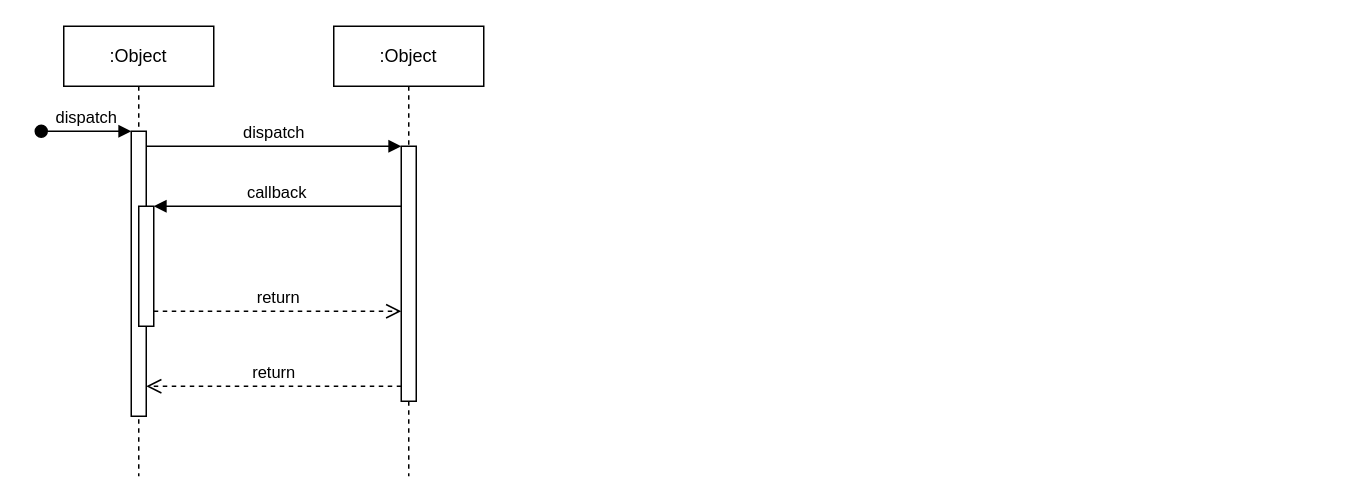
The draw.io diagram SequenceDiagram.drawio in hattabith/VacuumMeasurementSystem, before the edit. Source tidied: cells renumbered, new cells numbered last; positions are measured from the earlier drawing's top-left corner, leaving out a move shared by most shapes. Both pictures are drawn from the tidied source at 150%, with x=0, y=0 at pixel (40, 26).
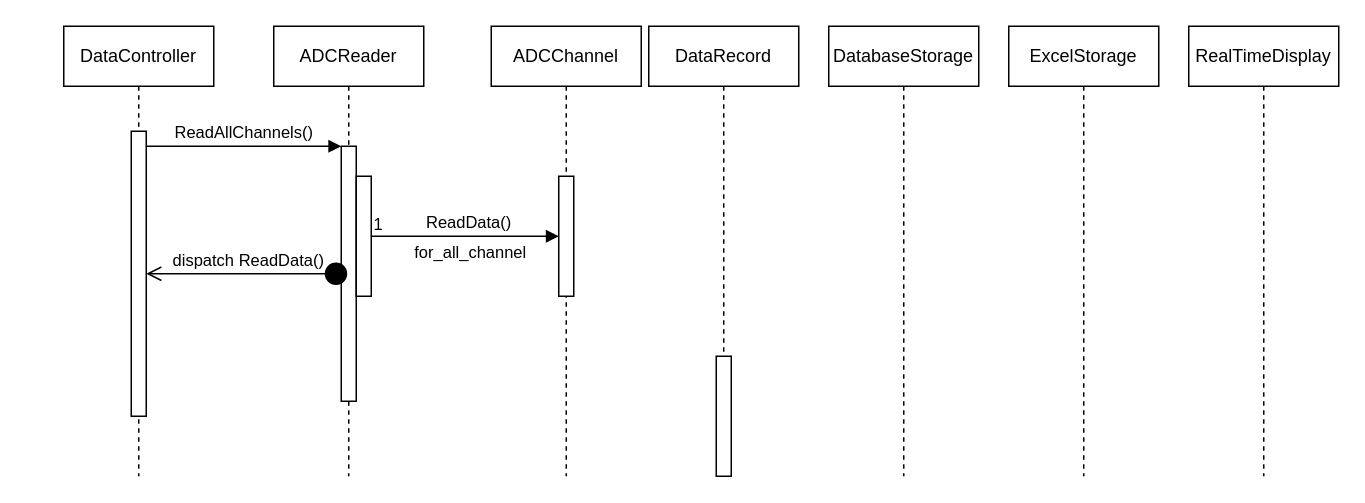
Above is the later version.

Unchanged cells that the change refers to:
```xml
<mxCell id="3" style="html=1;points=[];perimeter=orthogonalPerimeter;outlineConnect=0;targetShapes=umlLifeline;portConstraint=eastwest;newEdgeStyle={&quot;edgeStyle&quot;:&quot;elbowEdgeStyle&quot;,&quot;elbow&quot;:&quot;vertical&quot;,&quot;curved&quot;:0,&quot;rounded&quot;:0};" parent="2" vertex="1">
  <mxGeometry x="45" y="70" width="10" height="190" as="geometry" />
</mxCell>
<mxCell id="7" style="html=1;points=[];perimeter=orthogonalPerimeter;outlineConnect=0;targetShapes=umlLifeline;portConstraint=eastwest;newEdgeStyle={&quot;edgeStyle&quot;:&quot;elbowEdgeStyle&quot;,&quot;elbow&quot;:&quot;vertical&quot;,&quot;curved&quot;:0,&quot;rounded&quot;:0};" parent="6" vertex="1">
  <mxGeometry x="45" y="80" width="10" height="170" as="geometry" />
</mxCell>
```

The edit, as a diff of the source:
```diff
@@
-    <mxCell id="2" value=":Object" style="shape=umlLifeline;perimeter=lifelinePerimeter;whiteSpace=wrap;html=1;newEdgeStyle={&quot;edgeStyle&quot;:&quot;elbowEdgeStyle&quot;,&quot;elbow&quot;:&quot;vertical&quot;,&quot;curved&quot;:0,&quot;rounded&quot;:0};" parent="1" vertex="1">
+    <mxCell id="2" value="DataController" style="shape=umlLifeline;perimeter=lifelinePerimeter;whiteSpace=wrap;html=1;newEdgeStyle={&quot;edgeStyle&quot;:&quot;elbowEdgeStyle&quot;,&quot;elbow&quot;:&quot;vertical&quot;,&quot;curved&quot;:0,&quot;rounded&quot;:0};" parent="1" vertex="1">
       <mxGeometry x="15" width="100" height="300" as="geometry" />
     </mxCell>
@@
-    <mxCell id="4" value="dispatch" style="html=1;verticalAlign=bottom;startArrow=oval;endArrow=block;startSize=8;edgeStyle=elbowEdgeStyle;elbow=vertical;curved=0;rounded=0;" parent="2" edge="1" target="3">
-      <mxGeometry relative="1" as="geometry">
-        <mxPoint x="-15" y="70" as="sourcePoint" />
-      </mxGeometry>
-    </mxCell>
-    <mxCell id="5" style="html=1;points=[];perimeter=orthogonalPerimeter;outlineConnect=0;targetShapes=umlLifeline;portConstraint=eastwest;newEdgeStyle={&quot;edgeStyle&quot;:&quot;elbowEdgeStyle&quot;,&quot;elbow&quot;:&quot;vertical&quot;,&quot;curved&quot;:0,&quot;rounded&quot;:0};" parent="2" vertex="1">
-      <mxGeometry x="50" y="120" width="10" height="80" as="geometry" />
-    </mxCell>
-    <mxCell id="6" value=":Object" style="shape=umlLifeline;perimeter=lifelinePerimeter;whiteSpace=wrap;html=1;outlineConnect=0;portConstraint=eastwest;newEdgeStyle={&quot;edgeStyle&quot;:&quot;elbowEdgeStyle&quot;,&quot;elbow&quot;:&quot;vertical&quot;,&quot;curved&quot;:0,&quot;rounded&quot;:0};" parent="1" vertex="1">
-      <mxGeometry x="195" width="100" height="300" as="geometry" />
+    <mxCell id="6" value="ADCReader" style="shape=umlLifeline;perimeter=lifelinePerimeter;whiteSpace=wrap;html=1;outlineConnect=0;portConstraint=eastwest;newEdgeStyle={&quot;edgeStyle&quot;:&quot;elbowEdgeStyle&quot;,&quot;elbow&quot;:&quot;vertical&quot;,&quot;curved&quot;:0,&quot;rounded&quot;:0};" parent="1" vertex="1">
+      <mxGeometry x="155" width="100" height="300" as="geometry" />
     </mxCell>
@@
+    <mxCell id="12" style="html=1;points=[];perimeter=orthogonalPerimeter;outlineConnect=0;targetShapes=umlLifeline;portConstraint=eastwest;newEdgeStyle={&quot;edgeStyle&quot;:&quot;elbowEdgeStyle&quot;,&quot;elbow&quot;:&quot;vertical&quot;,&quot;curved&quot;:0,&quot;rounded&quot;:0};" parent="6" vertex="1">
+      <mxGeometry x="55" y="100" width="10" height="80" as="geometry" />
+    </mxCell>
-    <mxCell id="8" value="dispatch" style="html=1;verticalAlign=bottom;endArrow=block;edgeStyle=elbowEdgeStyle;elbow=vertical;curved=0;rounded=0;" parent="1" edge="1" source="3" target="7">
+    <mxCell id="8" value="ReadAllChannels()" style="html=1;verticalAlign=bottom;endArrow=block;edgeStyle=elbowEdgeStyle;elbow=vertical;curved=0;rounded=0;" parent="1" edge="1" source="3" target="7">
       <mxGeometry relative="1" as="geometry">
         <Array as="points">
           <mxPoint x="155" y="80" />
         </Array>
       </mxGeometry>
     </mxCell>
-    <mxCell id="9" value="return" style="html=1;verticalAlign=bottom;endArrow=open;dashed=1;endSize=8;edgeStyle=elbowEdgeStyle;elbow=vertical;curved=0;rounded=0;" parent="1" edge="1" source="7" target="3">
-      <mxGeometry relative="1" as="geometry">
-        <Array as="points">
-          <mxPoint x="165" y="240" />
-        </Array>
-      </mxGeometry>
-    </mxCell>
-    <mxCell id="10" value="callback" style="html=1;verticalAlign=bottom;endArrow=block;edgeStyle=elbowEdgeStyle;elbow=vertical;curved=0;rounded=0;" parent="1" edge="1" source="7" target="5">
-      <mxGeometry relative="1" as="geometry">
-        <Array as="points">
-          <mxPoint x="165" y="120" />
-        </Array>
-      </mxGeometry>
-    </mxCell>
-    <mxCell id="11" value="return" style="html=1;verticalAlign=bottom;endArrow=open;dashed=1;endSize=8;edgeStyle=elbowEdgeStyle;elbow=vertical;curved=0;rounded=0;" parent="1" edge="1" source="5" target="7">
-      <mxGeometry relative="1" as="geometry">
-        <Array as="points">
-          <mxPoint x="155" y="190" />
-        </Array>
-      </mxGeometry>
-    </mxCell>
+    <mxCell id="13" value="DataRecord" style="shape=umlLifeline;perimeter=lifelinePerimeter;whiteSpace=wrap;html=1;newEdgeStyle={&quot;edgeStyle&quot;:&quot;elbowEdgeStyle&quot;,&quot;elbow&quot;:&quot;vertical&quot;,&quot;curved&quot;:0,&quot;rounded&quot;:0};" parent="1" vertex="1">
+      <mxGeometry x="405" width="100" height="300" as="geometry" />
+    </mxCell>
+    <mxCell id="14" style="html=1;perimeter=orthogonalPerimeter;targetShapes=umlLifeline;newEdgeStyle={&quot;edgeStyle&quot;:&quot;elbowEdgeStyle&quot;,&quot;elbow&quot;:&quot;vertical&quot;,&quot;curved&quot;:0,&quot;rounded&quot;:0};" parent="13" vertex="1">
+      <mxGeometry x="45" y="220" width="10" height="80" as="geometry" />
+    </mxCell>
+    <mxCell id="15" value="DatabaseStorage" style="shape=umlLifeline;perimeter=lifelinePerimeter;whiteSpace=wrap;html=1;newEdgeStyle={&quot;edgeStyle&quot;:&quot;elbowEdgeStyle&quot;,&quot;elbow&quot;:&quot;vertical&quot;,&quot;curved&quot;:0,&quot;rounded&quot;:0};" parent="1" vertex="1">
+      <mxGeometry x="525" width="100" height="300" as="geometry" />
+    </mxCell>
+    <mxCell id="16" value="ExcelStorage" style="shape=umlLifeline;perimeter=lifelinePerimeter;whiteSpace=wrap;html=1;newEdgeStyle={&quot;edgeStyle&quot;:&quot;elbowEdgeStyle&quot;,&quot;elbow&quot;:&quot;vertical&quot;,&quot;curved&quot;:0,&quot;rounded&quot;:0};" parent="1" vertex="1">
+      <mxGeometry x="645" width="100" height="300" as="geometry" />
+    </mxCell>
+    <mxCell id="17" value="RealTimeDisplay" style="shape=umlLifeline;perimeter=lifelinePerimeter;whiteSpace=wrap;html=1;newEdgeStyle={&quot;edgeStyle&quot;:&quot;elbowEdgeStyle&quot;,&quot;elbow&quot;:&quot;vertical&quot;,&quot;curved&quot;:0,&quot;rounded&quot;:0};" parent="1" vertex="1">
+      <mxGeometry x="765" width="100" height="300" as="geometry" />
+    </mxCell>
+    <mxCell id="18" value="ADCChannel" style="shape=umlLifeline;perimeter=lifelinePerimeter;whiteSpace=wrap;html=1;newEdgeStyle={&quot;edgeStyle&quot;:&quot;elbowEdgeStyle&quot;,&quot;elbow&quot;:&quot;vertical&quot;,&quot;curved&quot;:0,&quot;rounded&quot;:0};" parent="1" vertex="1">
+      <mxGeometry x="300" width="100" height="300" as="geometry" />
+    </mxCell>
+    <mxCell id="19" style="html=1;points=[];perimeter=orthogonalPerimeter;outlineConnect=0;targetShapes=umlLifeline;portConstraint=eastwest;newEdgeStyle={&quot;edgeStyle&quot;:&quot;elbowEdgeStyle&quot;,&quot;elbow&quot;:&quot;vertical&quot;,&quot;curved&quot;:0,&quot;rounded&quot;:0};" parent="18" vertex="1">
+      <mxGeometry x="45" y="100" width="10" height="80" as="geometry" />
+    </mxCell>
+    <mxCell id="20" value="ReadData()" style="endArrow=block;endFill=1;html=1;edgeStyle=orthogonalEdgeStyle;align=left;verticalAlign=bottom;rounded=0;" parent="1" edge="1" source="12" target="19">
+      <mxGeometry x="-0.44" relative="1" as="geometry" />
+    </mxCell>
+    <mxCell id="21" value="1" style="edgeLabel;html=1;align=left;verticalAlign=bottom;" parent="20" vertex="1">
+      <mxGeometry x="-1" relative="1" as="geometry" />
+    </mxCell>
+    <mxCell id="22" value="for_all_channel" style="edgeLabel;html=1;align=center;verticalAlign=middle;" parent="20" vertex="1">
+      <mxGeometry x="-0.73" y="3" relative="1" as="geometry">
+        <mxPoint x="48" y="13" as="offset" />
+      </mxGeometry>
+    </mxCell>
+    <mxCell id="23" value="dispatch ReadData()" style="html=1;verticalAlign=bottom;startArrow=circle;startFill=1;endArrow=open;startSize=6;endSize=8;edgeStyle=elbowEdgeStyle;elbow=vertical;curved=0;rounded=0;" parent="1" edge="1" source="6" target="3">
+      <mxGeometry relative="1" as="geometry" />
+    </mxCell>
```
